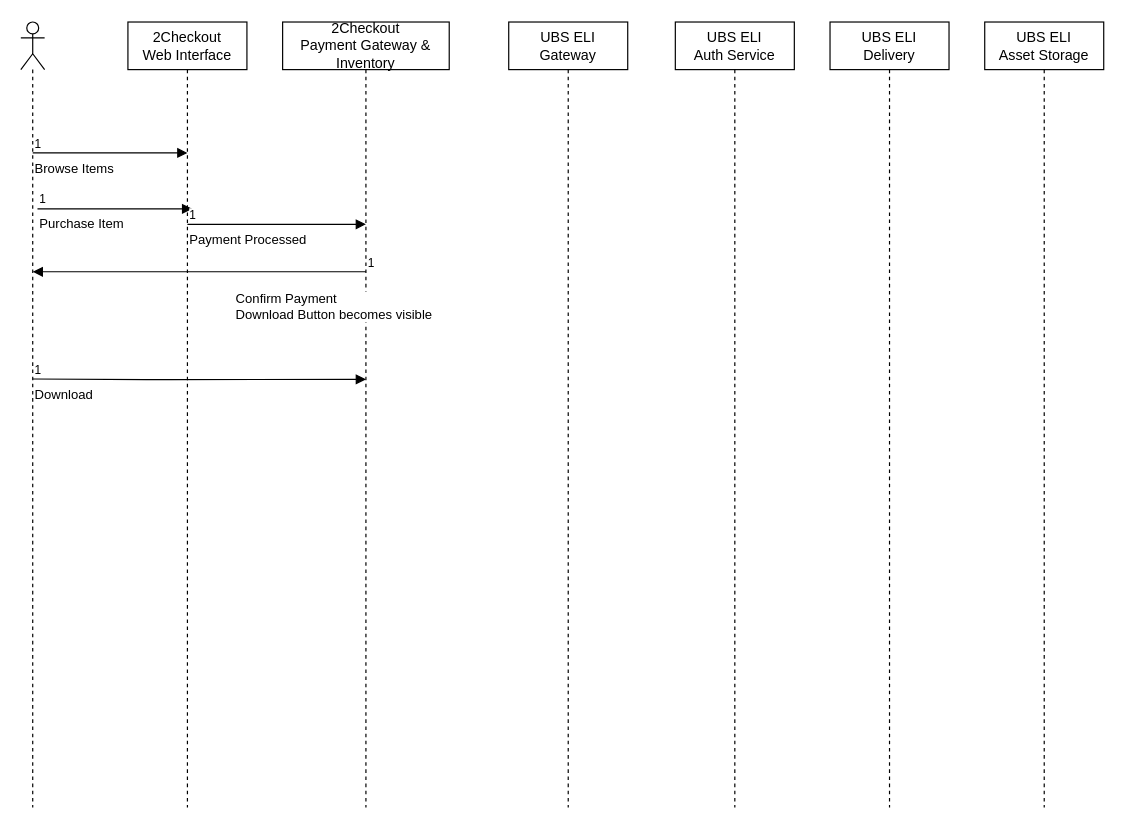
The draw.io diagram ELI-ShoppingCartOneTime.drawio in kpbindu/Diagrams, before the edit. Source tidied: cells renumbered, new cells numbered last; positions are measured from the earlier drawing's top-left corner, leaving out a move shared by most shapes. Both pictures are drawn from the tidied source at 119%, with x=0, y=0 at pixel (20, 21).
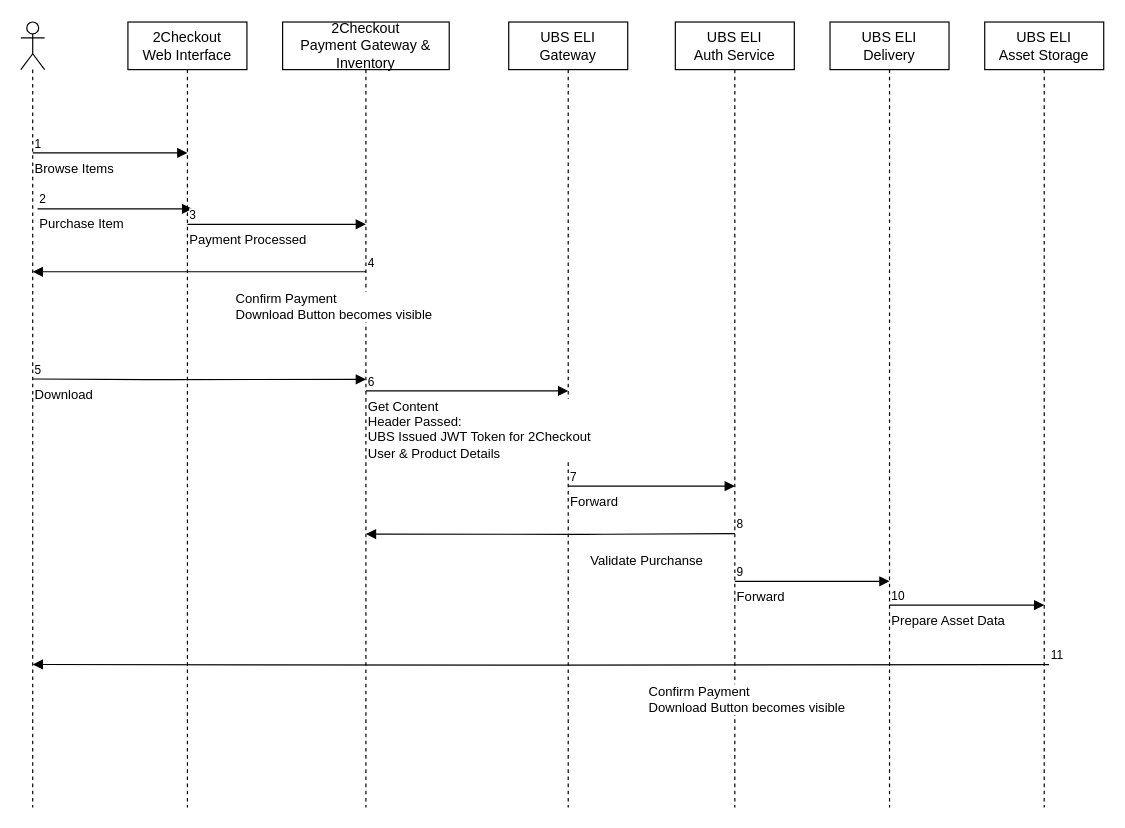
The same page after the edit.

The change refers to these unchanged cells:
```xml
<mxCell id="2" style="shape=umlLifeline;participant=umlActor;perimeter=lifelinePerimeter;whiteSpace=wrap;html=1;verticalAlign=top;spacingTop=36;labelBackgroundColor=#ffffff;outlineConnect=0;" parent="1" vertex="1">
  <mxGeometry width="20" height="660" as="geometry" />
</mxCell>
<mxCell id="6" value="2Checkout&lt;br&gt;Payment Gateway &amp;amp; Inventory" style="shape=umlLifeline;perimeter=lifelinePerimeter;whiteSpace=wrap;html=1;outlineConnect=0;" parent="1" vertex="1">
  <mxGeometry x="220" width="140" height="660" as="geometry" />
</mxCell>
<mxCell id="11" value="Purchase Item" style="endArrow=block;endFill=1;html=1;edgeStyle=orthogonalEdgeStyle;align=left;verticalAlign=top;" parent="1" edge="1">
  <mxGeometry x="-1" relative="1" as="geometry">
    <mxPoint x="14" y="157" as="sourcePoint" />
    <mxPoint x="144" y="157" as="targetPoint" />
  </mxGeometry>
</mxCell>
<mxCell id="13" value="Payment Processed" style="endArrow=block;endFill=1;html=1;edgeStyle=orthogonalEdgeStyle;align=left;verticalAlign=top;" parent="1" edge="1">
  <mxGeometry x="-1" relative="1" as="geometry">
    <mxPoint x="140" y="170" as="sourcePoint" />
    <mxPoint x="290" y="170" as="targetPoint" />
  </mxGeometry>
</mxCell>
<mxCell id="15" value="Confirm Payment&lt;br&gt;Download Button becomes visible" style="endArrow=block;endFill=1;html=1;edgeStyle=orthogonalEdgeStyle;align=left;verticalAlign=top;exitX=0.5;exitY=0.318;exitDx=0;exitDy=0;exitPerimeter=0;entryX=0.5;entryY=0.318;entryDx=0;entryDy=0;entryPerimeter=0;" parent="1" edge="1" source="6" target="2">
  <mxGeometry x="-0.21" y="10" relative="1" as="geometry" />
</mxCell>
<mxCell id="17" value="Download" style="endArrow=block;endFill=1;html=1;edgeStyle=orthogonalEdgeStyle;align=left;verticalAlign=top;entryX=0.5;entryY=0.455;entryDx=0;entryDy=0;entryPerimeter=0;" parent="1" edge="1" target="6">
  <mxGeometry x="-1" relative="1" as="geometry">
    <mxPoint x="10" y="300" as="sourcePoint" />
  </mxGeometry>
</mxCell>
```

The edit, as a diff of the source:
```diff
@@
-    <mxCell id="12" value="1" style="html=1;align=left;verticalAlign=bottom;labelBackgroundColor=#ffffff;fontSize=10;" parent="11" vertex="1">
+    <mxCell id="12" value="2" style="html=1;align=left;verticalAlign=bottom;labelBackgroundColor=#ffffff;fontSize=10;" parent="11" vertex="1">
       <mxGeometry x="-1" relative="1" as="geometry" />
     </mxCell>
@@
-    <mxCell id="14" value="1" style="html=1;align=left;verticalAlign=bottom;labelBackgroundColor=#ffffff;fontSize=10;" parent="13" vertex="1">
+    <mxCell id="14" value="3" style="html=1;align=left;verticalAlign=bottom;labelBackgroundColor=#ffffff;fontSize=10;" parent="13" vertex="1">
       <mxGeometry x="-1" relative="1" as="geometry" />
     </mxCell>
@@
-    <mxCell id="16" value="1" style="html=1;align=left;verticalAlign=bottom;labelBackgroundColor=#ffffff;fontSize=10;" parent="15" vertex="1">
+    <mxCell id="16" value="4" style="html=1;align=left;verticalAlign=bottom;labelBackgroundColor=#ffffff;fontSize=10;" parent="15" vertex="1">
       <mxGeometry x="-1" relative="1" as="geometry" />
     </mxCell>
@@
-    <mxCell id="18" value="1" style="html=1;align=left;verticalAlign=bottom;labelBackgroundColor=#ffffff;fontSize=10;" parent="17" vertex="1">
+    <mxCell id="18" value="5" style="html=1;align=left;verticalAlign=bottom;labelBackgroundColor=#ffffff;fontSize=10;" parent="17" vertex="1">
       <mxGeometry x="-1" relative="1" as="geometry" />
     </mxCell>
+    <mxCell id="19" value="Get Content&lt;br&gt;Header Passed:&lt;br&gt;UBS Issued JWT Token for 2Checkout&lt;br&gt;User &amp;amp; Product Details" style="endArrow=block;endFill=1;html=1;edgeStyle=orthogonalEdgeStyle;align=left;verticalAlign=top;" parent="1" edge="1">
+      <mxGeometry x="-1" relative="1" as="geometry">
+        <mxPoint x="290" y="310" as="sourcePoint" />
+        <mxPoint x="460" y="310" as="targetPoint" />
+      </mxGeometry>
+    </mxCell>
+    <mxCell id="20" value="6" style="html=1;align=left;verticalAlign=bottom;labelBackgroundColor=#ffffff;fontSize=10;" parent="19" vertex="1">
+      <mxGeometry x="-1" relative="1" as="geometry" />
+    </mxCell>
+    <mxCell id="21" value="Forward" style="endArrow=block;endFill=1;html=1;edgeStyle=orthogonalEdgeStyle;align=left;verticalAlign=top;" parent="1" edge="1">
+      <mxGeometry x="-1" relative="1" as="geometry">
+        <mxPoint x="460" y="390" as="sourcePoint" />
+        <mxPoint x="600" y="390" as="targetPoint" />
+      </mxGeometry>
+    </mxCell>
+    <mxCell id="22" value="7" style="html=1;align=left;verticalAlign=bottom;labelBackgroundColor=#ffffff;fontSize=10;" parent="21" vertex="1">
+      <mxGeometry x="-1" relative="1" as="geometry" />
+    </mxCell>
+    <mxCell id="23" value="Validate Purchanse" style="endArrow=block;endFill=1;html=1;edgeStyle=orthogonalEdgeStyle;align=left;verticalAlign=top;exitX=0.5;exitY=0.318;exitDx=0;exitDy=0;exitPerimeter=0;entryX=0.5;entryY=0.652;entryDx=0;entryDy=0;entryPerimeter=0;" parent="1" edge="1" target="6">
+      <mxGeometry x="-0.21" y="10" relative="1" as="geometry">
+        <mxPoint x="600" y="430" as="sourcePoint" />
+      </mxGeometry>
+    </mxCell>
+    <mxCell id="24" value="8" style="html=1;align=left;verticalAlign=bottom;labelBackgroundColor=#ffffff;fontSize=10;" parent="23" vertex="1">
+      <mxGeometry x="-1" relative="1" as="geometry" />
+    </mxCell>
+    <mxCell id="25" value="Forward" style="endArrow=block;endFill=1;html=1;edgeStyle=orthogonalEdgeStyle;align=left;verticalAlign=top;" parent="1" edge="1">
+      <mxGeometry x="-1" relative="1" as="geometry">
+        <mxPoint x="600" y="470" as="sourcePoint" />
+        <mxPoint x="730" y="470" as="targetPoint" />
+      </mxGeometry>
+    </mxCell>
+    <mxCell id="26" value="9" style="html=1;align=left;verticalAlign=bottom;labelBackgroundColor=#ffffff;fontSize=10;" parent="25" vertex="1">
+      <mxGeometry x="-1" relative="1" as="geometry" />
+    </mxCell>
+    <mxCell id="27" value="Prepare Asset Data" style="endArrow=block;endFill=1;html=1;edgeStyle=orthogonalEdgeStyle;align=left;verticalAlign=top;" parent="1" edge="1">
+      <mxGeometry x="-1" relative="1" as="geometry">
+        <mxPoint x="730" y="490" as="sourcePoint" />
+        <mxPoint x="860" y="490" as="targetPoint" />
+      </mxGeometry>
+    </mxCell>
+    <mxCell id="28" value="10" style="html=1;align=left;verticalAlign=bottom;labelBackgroundColor=#ffffff;fontSize=10;" parent="27" vertex="1">
+      <mxGeometry x="-1" relative="1" as="geometry" />
+    </mxCell>
+    <mxCell id="29" value="Confirm Payment&lt;br&gt;Download Button becomes visible" style="endArrow=block;endFill=1;html=1;edgeStyle=orthogonalEdgeStyle;align=left;verticalAlign=top;entryX=0.5;entryY=0.818;entryDx=0;entryDy=0;entryPerimeter=0;" parent="1" edge="1" target="2">
+      <mxGeometry x="-0.21" y="10" relative="1" as="geometry">
+        <mxPoint x="864" y="540" as="sourcePoint" />
+      </mxGeometry>
+    </mxCell>
+    <mxCell id="30" value="11" style="html=1;align=left;verticalAlign=bottom;labelBackgroundColor=#ffffff;fontSize=10;" parent="29" vertex="1">
+      <mxGeometry x="-1" relative="1" as="geometry" />
+    </mxCell>
```
